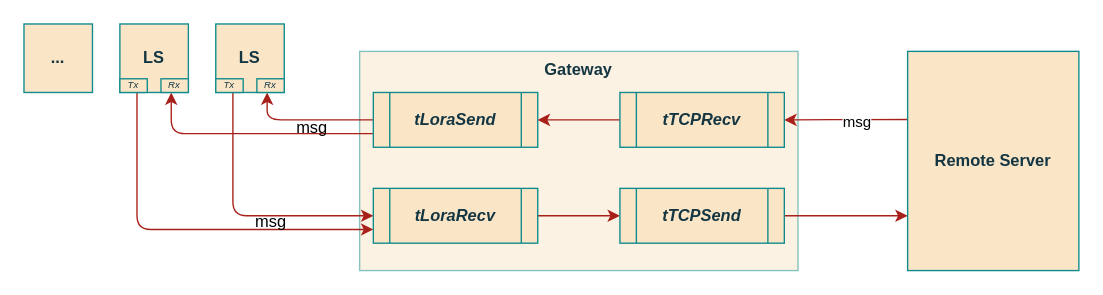
ESRGgroup9/slipad keeps this draw.io diagram as page "overview" (1 of 3) of project/report/flowcharts/LoraComms.drawio. Above is the earlier version. Source tidied: cells renumbered, new cells numbered last; positions are measured from the earlier drawing's top-left corner, leaving out a move shared by most shapes. Both pictures are drawn from the tidied source at 137%, with x=0, y=0 at pixel (23, 23).
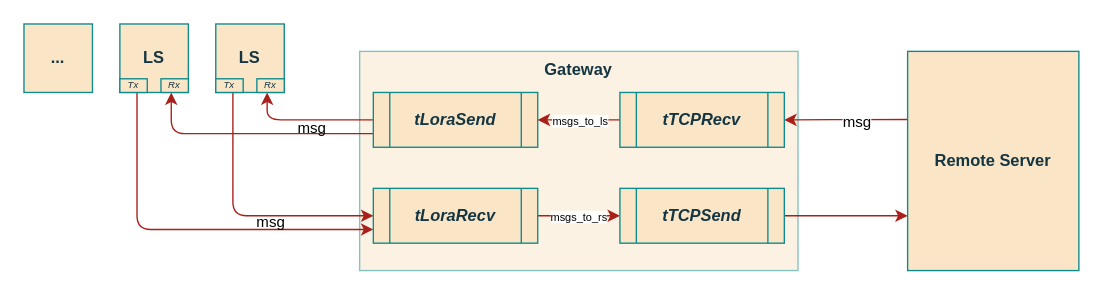
Above is the later version.

Unchanged cells that the change refers to:
```xml
<mxCell id="6" style="edgeStyle=orthogonalEdgeStyle;rounded=1;jettySize=auto;html=1;exitX=1;exitY=0.5;exitDx=0;exitDy=0;entryX=0;entryY=0.5;entryDx=0;entryDy=0;strokeColor=#A8201A;" parent="1" edge="1" source="7" target="9">
  <mxGeometry relative="1" as="geometry" />
</mxCell>
<mxCell id="10" style="edgeStyle=orthogonalEdgeStyle;rounded=1;jettySize=auto;html=1;exitX=0;exitY=0.5;exitDx=0;exitDy=0;entryX=1;entryY=0.5;entryDx=0;entryDy=0;strokeColor=#A8201A;" parent="1" edge="1" source="13" target="5">
  <mxGeometry relative="1" as="geometry" />
</mxCell>
<mxCell id="11" style="edgeStyle=orthogonalEdgeStyle;rounded=1;jettySize=auto;html=1;exitX=0.013;exitY=0.311;exitDx=0;exitDy=0;entryX=1;entryY=0.5;entryDx=0;entryDy=0;strokeColor=#A8201A;exitPerimeter=0;" parent="1" edge="1" source="14" target="13">
  <mxGeometry relative="1" as="geometry" />
</mxCell>
```

The edit, as a diff of the source:
```diff
@@
+    <mxCell id="26" value="msgs_to_rs" style="edgeLabel;html=1;align=center;verticalAlign=middle;fontSize=8;" parent="6" vertex="1">
+      <mxGeometry x="-0.29" y="2" relative="1" as="geometry">
+        <mxPoint x="8" y="2" as="offset" />
+      </mxGeometry>
+    </mxCell>
@@
+    <mxCell id="27" value="msgs_to_ls" style="edgeLabel;html=1;align=center;verticalAlign=middle;fontSize=8;" parent="10" vertex="1">
+      <mxGeometry x="-0.24" relative="1" as="geometry">
+        <mxPoint x="-7" as="offset" />
+      </mxGeometry>
+    </mxCell>
@@
-    <mxCell id="12" value="msg" style="edgeLabel;html=1;align=center;verticalAlign=middle;" parent="11" vertex="1">
+    <mxCell id="12" value="msg" style="edgeLabel;html=1;align=center;verticalAlign=middle;fontSize=11;" parent="11" vertex="1">
       <mxGeometry x="-0.16" y="2" relative="1" as="geometry" />
     </mxCell>
@@
-    <mxCell id="20" value="msg" style="text;html=1;align=center;verticalAlign=middle;strokeColor=none;fillColor=none;" parent="1" vertex="1">
+    <mxCell id="20" value="msg" style="text;html=1;align=center;verticalAlign=middle;strokeColor=none;fillColor=none;fontSize=11;" parent="1" vertex="1">
       <mxGeometry x="160" y="135" width="40" height="20" as="geometry" />
     </mxCell>
-    <mxCell id="21" value="msg" style="text;html=1;align=center;verticalAlign=middle;strokeColor=none;fillColor=none;" parent="1" vertex="1">
+    <mxCell id="21" value="msg" style="text;html=1;align=center;verticalAlign=middle;strokeColor=none;fillColor=none;fontSize=11;" parent="1" vertex="1">
       <mxGeometry x="190" y="66" width="40" height="20" as="geometry" />
     </mxCell>
```
